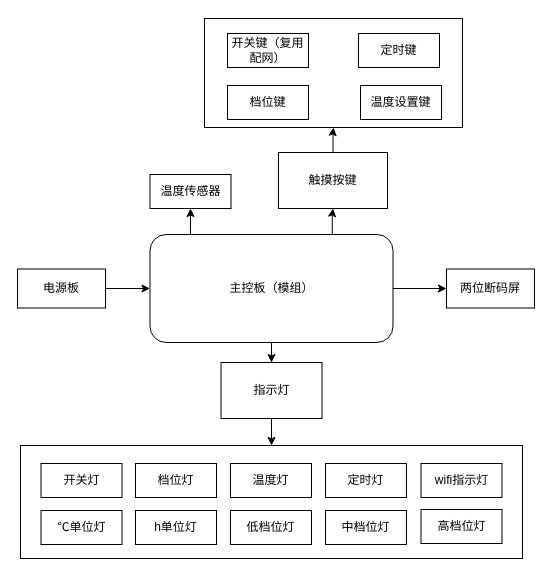
Before: hardware.drawio in JeffYec/Jeff, a draw.io diagram. Source tidied: cells renumbered, new cells numbered last; positions are measured from the earlier drawing's top-left corner, leaving out a move shared by most shapes. Both pictures are drawn from the tidied source at 100%, with x=0, y=0 at pixel (17, 18).
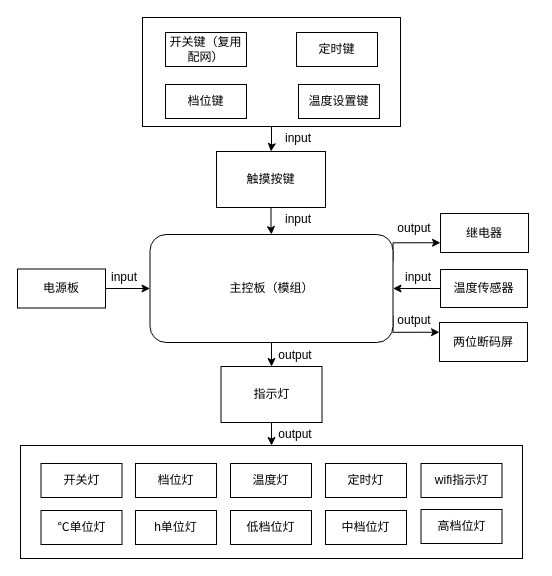
After the change.

The change refers to these unchanged cells:
```xml
<mxCell id="6" value="主控板（模组）" style="rounded=1;whiteSpace=wrap;html=1;" parent="1" vertex="1">
  <mxGeometry x="132.5" y="216" width="243" height="108" as="geometry" />
</mxCell>
```

What changed in the source:
```diff
@@
+    <mxCell id="3" style="edgeStyle=orthogonalEdgeStyle;rounded=0;jettySize=auto;html=1;" parent="1" edge="1" source="6" target="10">
+      <mxGeometry relative="1" as="geometry" />
+    </mxCell>
+    <mxCell id="31" style="edgeStyle=orthogonalEdgeStyle;rounded=0;jettySize=auto;html=1;exitX=1;exitY=0.25;exitDx=0;exitDy=0;entryX=0;entryY=0.75;entryDx=0;entryDy=0;" parent="1" edge="1" source="6" target="35">
+      <mxGeometry relative="1" as="geometry">
+        <Array as="points">
+          <mxPoint x="376" y="224" />
+        </Array>
+      </mxGeometry>
+    </mxCell>
-    <mxCell id="2" style="edgeStyle=orthogonalEdgeStyle;rounded=0;jettySize=auto;html=1;" parent="1" edge="1" source="6" target="11">
-      <mxGeometry relative="1" as="geometry" />
+    <mxCell id="2" style="edgeStyle=orthogonalEdgeStyle;rounded=0;jettySize=auto;html=1;exitX=1;exitY=0.75;exitDx=0;exitDy=0;entryX=0;entryY=0.25;entryDx=0;entryDy=0;" parent="1" edge="1" source="6" target="11">
+      <mxGeometry relative="1" as="geometry">
+        <Array as="points">
+          <mxPoint x="376" y="314" />
+        </Array>
+      </mxGeometry>
     </mxCell>
-    <mxCell id="3" style="edgeStyle=orthogonalEdgeStyle;rounded=0;jettySize=auto;html=1;" parent="1" edge="1" source="6" target="10">
-      <mxGeometry relative="1" as="geometry" />
-    </mxCell>
-    <mxCell id="4" style="edgeStyle=orthogonalEdgeStyle;rounded=0;jettySize=auto;html=1;exitX=0.25;exitY=0;exitDx=0;exitDy=0;entryX=0.5;entryY=1;entryDx=0;entryDy=0;" parent="1" edge="1" source="6" target="21">
-      <mxGeometry relative="1" as="geometry" />
-    </mxCell>
-    <mxCell id="5" style="edgeStyle=orthogonalEdgeStyle;rounded=0;jettySize=auto;html=1;exitX=0.75;exitY=0;exitDx=0;exitDy=0;" parent="1" edge="1" source="6" target="8">
-      <mxGeometry relative="1" as="geometry" />
-    </mxCell>
@@
-    <mxCell id="7" style="edgeStyle=orthogonalEdgeStyle;rounded=0;jettySize=auto;html=1;" parent="1" edge="1" source="8" target="16">
-      <mxGeometry relative="1" as="geometry" />
-    </mxCell>
+    <mxCell id="32" style="edgeStyle=orthogonalEdgeStyle;rounded=0;jettySize=auto;html=1;" parent="1" edge="1" source="8" target="6">
+      <mxGeometry relative="1" as="geometry" />
+    </mxCell>
     <mxCell id="8" value="触摸按键" style="rounded=0;whiteSpace=wrap;html=1;" parent="1" vertex="1">
-      <mxGeometry x="261" y="134" width="109" height="56" as="geometry" />
+      <mxGeometry x="199" y="133" width="109" height="56" as="geometry" />
     </mxCell>
@@
     <mxCell id="10" value="指示灯" style="rounded=0;whiteSpace=wrap;html=1;" parent="1" vertex="1">
-      <mxGeometry x="203.5" y="344" width="101" height="56" as="geometry" />
+      <mxGeometry x="203.5" y="348" width="101" height="56" as="geometry" />
     </mxCell>
     <mxCell id="11" value="两位断码屏" style="rounded=0;whiteSpace=wrap;html=1;" parent="1" vertex="1">
-      <mxGeometry x="429" y="250.5" width="88" height="39" as="geometry" />
+      <mxGeometry x="422" y="304" width="88" height="39" as="geometry" />
     </mxCell>
     <mxCell id="12" value="开关键（复用配网）" style="whiteSpace=wrap;html=1;rounded=0;" parent="1" vertex="1">
-      <mxGeometry x="210" y="15" width="81" height="34" as="geometry" />
+      <mxGeometry x="148" y="14" width="81" height="34" as="geometry" />
     </mxCell>
     <mxCell id="13" value="档位键" style="whiteSpace=wrap;html=1;rounded=0;" parent="1" vertex="1">
-      <mxGeometry x="210" y="67" width="81" height="34" as="geometry" />
+      <mxGeometry x="148" y="66" width="81" height="34" as="geometry" />
     </mxCell>
     <mxCell id="14" value="定时键" style="whiteSpace=wrap;html=1;rounded=0;" parent="1" vertex="1">
-      <mxGeometry x="341" y="15" width="81" height="34" as="geometry" />
+      <mxGeometry x="279" y="14" width="81" height="34" as="geometry" />
     </mxCell>
     <mxCell id="15" value="温度设置键" style="whiteSpace=wrap;html=1;rounded=0;" parent="1" vertex="1">
-      <mxGeometry x="343" y="67" width="81" height="34" as="geometry" />
+      <mxGeometry x="281" y="66" width="81" height="34" as="geometry" />
     </mxCell>
+    <mxCell id="33" style="edgeStyle=orthogonalEdgeStyle;rounded=0;jettySize=auto;html=1;" parent="1" edge="1" source="16" target="8">
+      <mxGeometry relative="1" as="geometry" />
+    </mxCell>
     <mxCell id="16" style="rounded=0;whiteSpace=wrap;html=1;fillColor=none;" parent="1" vertex="1">
-      <mxGeometry x="187" width="258" height="109" as="geometry" />
+      <mxGeometry x="125" y="-1" width="258" height="109" as="geometry" />
     </mxCell>
@@
+    <mxCell id="34" style="edgeStyle=orthogonalEdgeStyle;rounded=0;jettySize=auto;html=1;" parent="1" edge="1" source="21" target="6">
+      <mxGeometry relative="1" as="geometry" />
+    </mxCell>
     <mxCell id="21" value="温度传感器" style="whiteSpace=wrap;html=1;rounded=0;" parent="1" vertex="1">
-      <mxGeometry x="132.5" y="156" width="81" height="34" as="geometry" />
+      <mxGeometry x="423" y="251" width="87" height="38" as="geometry" />
     </mxCell>
@@
+    <mxCell id="35" value="继电器" style="rounded=0;whiteSpace=wrap;html=1;" parent="1" vertex="1">
+      <mxGeometry x="423" y="195" width="88" height="39" as="geometry" />
+    </mxCell>
+    <mxCell id="36" value="input" style="text;html=1;strokeColor=none;fillColor=none;align=center;verticalAlign=middle;whiteSpace=wrap;rounded=0;" parent="1" vertex="1">
+      <mxGeometry x="251" y="105" width="60" height="30" as="geometry" />
+    </mxCell>
+    <mxCell id="37" value="input" style="text;html=1;strokeColor=none;fillColor=none;align=center;verticalAlign=middle;whiteSpace=wrap;rounded=0;" parent="1" vertex="1">
+      <mxGeometry x="251" y="186" width="60" height="30" as="geometry" />
+    </mxCell>
+    <mxCell id="38" value="input" style="text;html=1;strokeColor=none;fillColor=none;align=center;verticalAlign=middle;whiteSpace=wrap;rounded=0;" parent="1" vertex="1">
+      <mxGeometry x="371" y="244" width="60" height="30" as="geometry" />
+    </mxCell>
+    <mxCell id="39" value="output" style="text;html=1;strokeColor=none;fillColor=none;align=center;verticalAlign=middle;whiteSpace=wrap;rounded=0;" parent="1" vertex="1">
+      <mxGeometry x="248" y="401" width="60" height="30" as="geometry" />
+    </mxCell>
+    <mxCell id="40" value="output" style="text;html=1;strokeColor=none;fillColor=none;align=center;verticalAlign=middle;whiteSpace=wrap;rounded=0;" parent="1" vertex="1">
+      <mxGeometry x="248" y="322" width="60" height="30" as="geometry" />
+    </mxCell>
+    <mxCell id="41" value="output" style="text;html=1;strokeColor=none;fillColor=none;align=center;verticalAlign=middle;whiteSpace=wrap;rounded=0;" parent="1" vertex="1">
+      <mxGeometry x="367" y="195" width="60" height="30" as="geometry" />
+    </mxCell>
+    <mxCell id="42" value="output" style="text;html=1;strokeColor=none;fillColor=none;align=center;verticalAlign=middle;whiteSpace=wrap;rounded=0;" parent="1" vertex="1">
+      <mxGeometry x="367" y="287" width="60" height="30" as="geometry" />
+    </mxCell>
+    <mxCell id="43" value="input" style="text;html=1;strokeColor=none;fillColor=none;align=center;verticalAlign=middle;whiteSpace=wrap;rounded=0;" parent="1" vertex="1">
+      <mxGeometry x="77" y="244" width="60" height="30" as="geometry" />
+    </mxCell>
```
